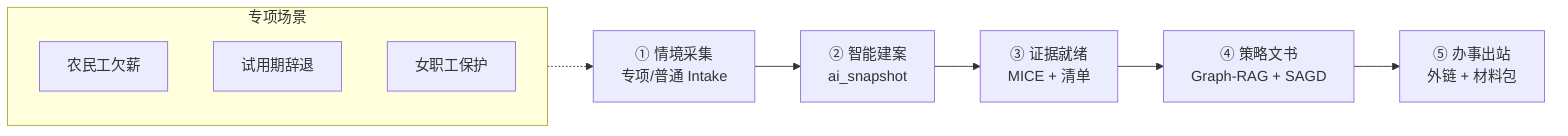
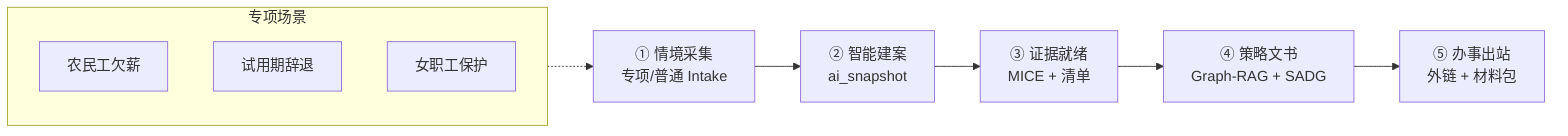
%% 场景设计 — 五段式闭环（SDAD）

flowchart LR
  S1[① 情境采集\n专项/普通 Intake]
  S2[② 智能建案\nai_snapshot]
  S3[③ 证据就绪\nMICE + 清单]
-   S4[④ 策略文书\nGraph-RAG + SAGD]
+   S4[④ 策略文书\nGraph-RAG + SADG]
  S5[⑤ 办事出站\n外链 + 材料包]

  S1 --> S2 --> S3 --> S4 --> S5

  subgraph Scenarios["专项场景"]
    SC1[农民工欠薪]
    SC2[试用期辞退]
    SC3[女职工保护]
  end

  Scenarios -.-> S1
